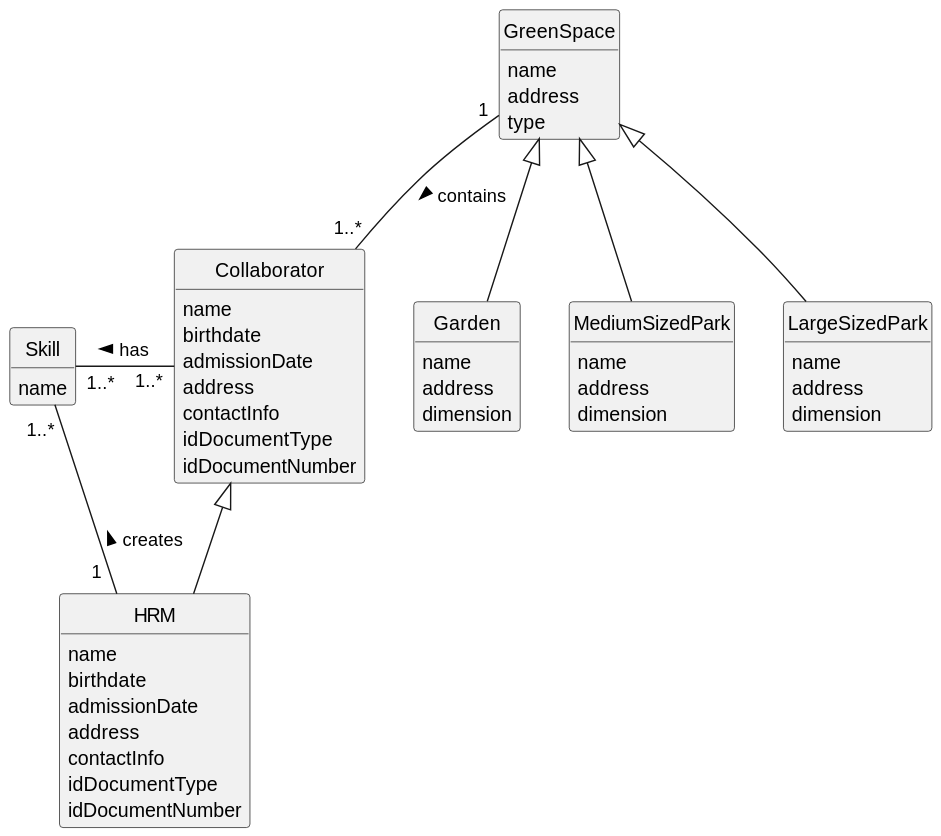
This is docs/sprintA/us001/02.analysis/svg/us001-domain-model.svg from diogoveirospro/lei-24-s2-1dg-g072, a PlantUML export, as it was before one commit.
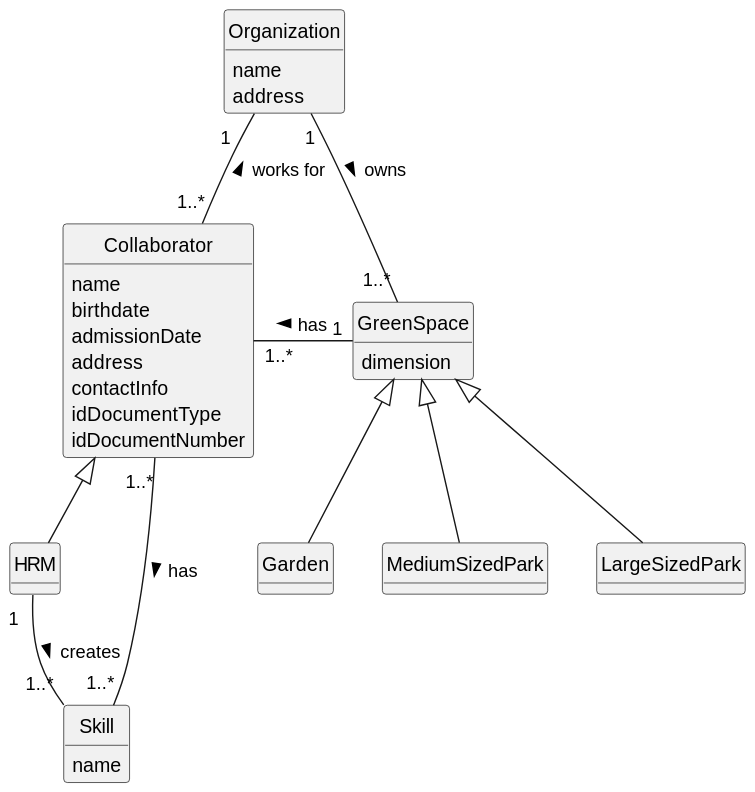
Above is the later version.

What changed in the source:
```diff
@@ -20,49 +20,42 @@
 }
 
 class HRM {
-    name
-    birthdate
-    admissionDate
-    address
-    contactInfo
-    idDocumentType
-    idDocumentNumber
+
 }
 
 class Skill {
     name
 }
 class GreenSpace {
-    name
-    address
-    type
+    dimension
 }
 
 class Garden {
-    name
-    address
-    dimension
+
 }
 
 class MediumSizedPark {
-    name
-    address
-    dimension
+
 }
 
 class LargeSizedPark {
+
+}
+class Organization{
     name
     address
-    dimension
+
 }
 
 
 
-GreenSpace "1" -- "1..*" Collaborator: contains >
+Collaborator "1..*" - "1" GreenSpace: has <
 Skill "1..*" - "1..*" Collaborator: has <
 HRM "1  " -- "1..*" Skill: creates >
 Collaborator <|-- HRM
 GreenSpace <|-- Garden
 GreenSpace <|-- MediumSizedPark
 GreenSpace <|-- LargeSizedPark
+Organization "1" -- "1..*" GreenSpace: owns >
+Organization "1   " -- "1..*" Collaborator: works for <
 @enduml
```
